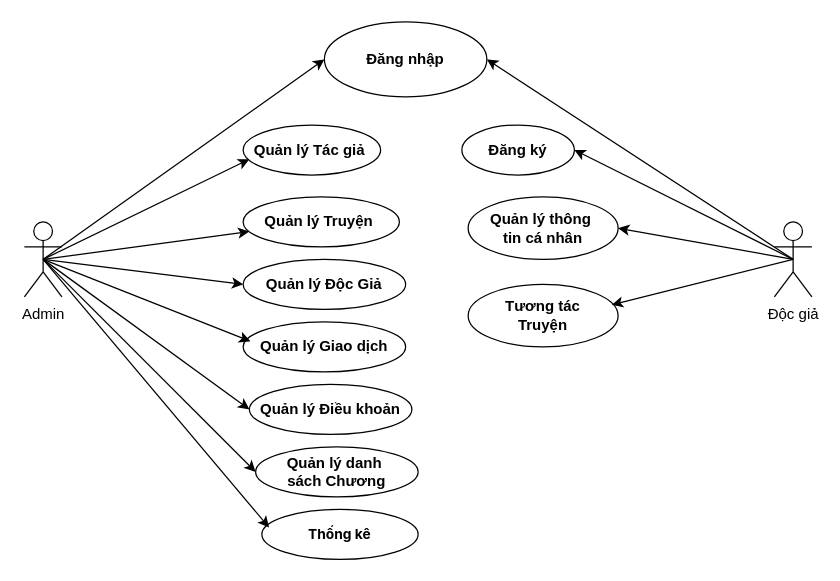
tuanyh11/Comic keeps this draw.io diagram as diagram/usecase/usecase.dio. Above is the earlier version. Source tidied: cells renumbered, new cells numbered last; positions are measured from the earlier drawing's top-left corner, leaving out a move shared by most shapes. Both pictures are drawn from the tidied source at 125%, with x=0, y=0 at pixel (24, 21).
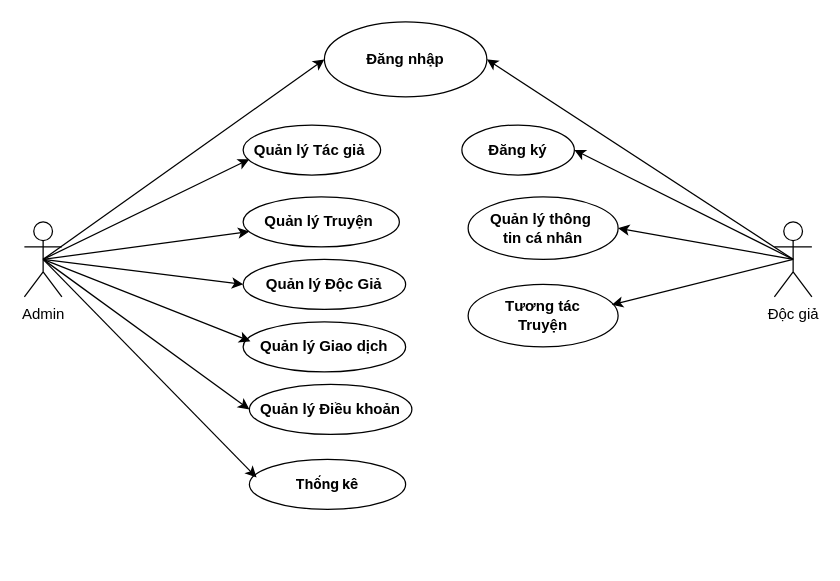
The same diagram, later.

Unchanged cells that the change refers to:
```xml
<mxCell id="8" value="Admin" style="shape=umlActor;verticalLabelPosition=bottom;verticalAlign=top;html=1;outlineConnect=0;" parent="1" vertex="1">
  <mxGeometry y="160" width="30" height="60" as="geometry" />
</mxCell>
```

The edit, as a diff of the source:
```diff
@@
     <mxCell id="21" value="&lt;strong style=&quot;font-family: Inter, system-ui, -apple-system, &amp;quot;system-ui&amp;quot;, &amp;quot;Segoe UI&amp;quot;, Roboto, &amp;quot;Noto Sans&amp;quot;, Ubuntu, Cantarell, &amp;quot;Helvetica Neue&amp;quot;, Oxygen, &amp;quot;Open Sans&amp;quot;, sans-serif; font-style: normal; font-variant-ligatures: normal; font-variant-caps: normal; letter-spacing: normal; orphans: 2; text-align: start; text-indent: 0px; text-transform: none; widows: 2; word-spacing: 0px; -webkit-text-stroke-width: 0px; white-space: normal; text-decoration-thickness: initial; text-decoration-style: initial; text-decoration-color: initial;&quot;&gt;Thống kê&lt;/strong&gt;" style="ellipse;whiteSpace=wrap;html=1;fontSize=11;fontColor=default;" parent="1" vertex="1">
-      <mxGeometry x="190" y="390" width="125" height="40" as="geometry" />
+      <mxGeometry x="180" y="350" width="125" height="40" as="geometry" />
     </mxCell>
@@
-    <mxCell id="25" value="Quản lý danh&amp;nbsp;&lt;div&gt;sách Chương&lt;/div&gt;" style="ellipse;whiteSpace=wrap;html=1;fontStyle=1;" parent="1" vertex="1">
-      <mxGeometry x="185" y="340" width="130" height="40" as="geometry" />
-    </mxCell>
-    <mxCell id="26" style="endArrow=classic;html=1;entryX=0;entryY=0.5;entryDx=0;entryDy=0;exitX=0.5;exitY=0.5;exitDx=0;exitDy=0;exitPerimeter=0;" parent="1" edge="1" source="8" target="25">
-      <mxGeometry relative="1" as="geometry" />
-    </mxCell>
```
